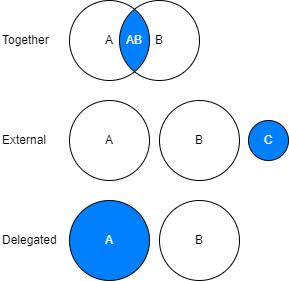
Above: docs/whitepaper/img/governance-approach.drawio.png in Stichting-CROW/ontology-alignment (draw.io), before the change. Source tidied: cells renumbered, new cells last; positions are measured from the earlier drawing's top-left corner, leaving out a move shared by most shapes. Its diagram source:
```xml
<mxGraphModel>
  <root>
    <mxCell id="0" />
    <mxCell id="1" parent="0" />
    <mxCell id="2" value="A" style="ellipse;whiteSpace=wrap;html=1;fillColor=none;" parent="1" vertex="1">
      <mxGeometry x="69" y="100" width="80" height="80" as="geometry" />
    </mxCell>
    <mxCell id="3" value="C" style="ellipse;whiteSpace=wrap;html=1;fillColor=#007FFF;fontColor=#FFFFFF;" parent="1" vertex="1">
      <mxGeometry x="248" y="120" width="40" height="40" as="geometry" />
    </mxCell>
    <mxCell id="4" value="B" style="ellipse;whiteSpace=wrap;html=1;fillColor=none;" parent="1" vertex="1">
      <mxGeometry x="159" y="100" width="80" height="80" as="geometry" />
    </mxCell>
    <mxCell id="5" value="A" style="ellipse;whiteSpace=wrap;html=1;fillColor=#007FFF;fontColor=#FFFFFF;" parent="1" vertex="1">
      <mxGeometry x="69" y="200" width="80" height="80" as="geometry" />
    </mxCell>
    <mxCell id="6" value="B" style="ellipse;whiteSpace=wrap;html=1;fillColor=none;" parent="1" vertex="1">
      <mxGeometry x="159" y="200" width="80" height="80" as="geometry" />
    </mxCell>
    <mxCell id="7" value="Together" style="text;html=1;strokeColor=none;fillColor=none;align=left;verticalAlign=middle;whiteSpace=wrap;rounded=0;" parent="1" vertex="1">
      <mxGeometry y="25" width="60" height="30" as="geometry" />
    </mxCell>
    <mxCell id="8" value="AB" style="whiteSpace=wrap;html=1;shape=mxgraph.basic.pointed_oval;fontColor=#FFFFFF;fillColor=#007FFF;strokeColor=none;" parent="1" vertex="1">
      <mxGeometry x="114" y="9" width="40" height="62" as="geometry" />
    </mxCell>
    <mxCell id="9" value="External" style="text;html=1;strokeColor=none;fillColor=none;align=left;verticalAlign=middle;whiteSpace=wrap;rounded=0;" parent="1" vertex="1">
      <mxGeometry y="125" width="60" height="30" as="geometry" />
    </mxCell>
    <mxCell id="10" value="Delegated" style="text;html=1;strokeColor=none;fillColor=none;align=left;verticalAlign=middle;whiteSpace=wrap;rounded=0;" parent="1" vertex="1">
      <mxGeometry y="225" width="60" height="30" as="geometry" />
    </mxCell>
    <mxCell id="11" value="B" style="ellipse;whiteSpace=wrap;html=1;fillColor=none;" parent="1" vertex="1">
      <mxGeometry x="119" width="80" height="80" as="geometry" />
    </mxCell>
    <mxCell id="12" value="A" style="ellipse;whiteSpace=wrap;html=1;fillColor=none;" parent="1" vertex="1">
      <mxGeometry x="69" width="80" height="80" as="geometry" />
    </mxCell>
  </root>
</mxGraphModel>
```
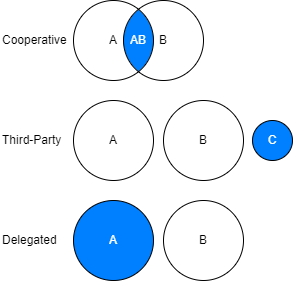
Later version of the same file.

The edit, as a diff of the source:
```diff
@@ -17,17 +17,17 @@
     <mxCell id="6" value="B" style="ellipse;whiteSpace=wrap;html=1;fillColor=none;" parent="1" vertex="1">
       <mxGeometry x="159" y="200" width="80" height="80" as="geometry" />
     </mxCell>
-    <mxCell id="7" value="Together" style="text;html=1;strokeColor=none;fillColor=none;align=left;verticalAlign=middle;whiteSpace=wrap;rounded=0;" parent="1" vertex="1">
-      <mxGeometry y="25" width="60" height="30" as="geometry" />
+    <mxCell id="7" value="Cooperative" style="text;html=1;strokeColor=none;fillColor=none;align=left;verticalAlign=middle;whiteSpace=wrap;rounded=0;labelBackgroundColor=default;" parent="1" vertex="1">
+      <mxGeometry x="-4" y="25" width="60" height="30" as="geometry" />
     </mxCell>
     <mxCell id="8" value="AB" style="whiteSpace=wrap;html=1;shape=mxgraph.basic.pointed_oval;fontColor=#FFFFFF;fillColor=#007FFF;strokeColor=none;" parent="1" vertex="1">
       <mxGeometry x="114" y="9" width="40" height="62" as="geometry" />
     </mxCell>
-    <mxCell id="9" value="External" style="text;html=1;strokeColor=none;fillColor=none;align=left;verticalAlign=middle;whiteSpace=wrap;rounded=0;" parent="1" vertex="1">
-      <mxGeometry y="125" width="60" height="30" as="geometry" />
+    <mxCell id="9" value="Third-Party" style="text;html=1;strokeColor=none;fillColor=none;align=left;verticalAlign=middle;whiteSpace=wrap;rounded=0;labelBackgroundColor=default;" parent="1" vertex="1">
+      <mxGeometry x="-4" y="125" width="69" height="30" as="geometry" />
     </mxCell>
-    <mxCell id="10" value="Delegated" style="text;html=1;strokeColor=none;fillColor=none;align=left;verticalAlign=middle;whiteSpace=wrap;rounded=0;" parent="1" vertex="1">
-      <mxGeometry y="225" width="60" height="30" as="geometry" />
+    <mxCell id="10" value="Delegated" style="text;html=1;strokeColor=none;fillColor=none;align=left;verticalAlign=middle;whiteSpace=wrap;rounded=0;labelBackgroundColor=default;" parent="1" vertex="1">
+      <mxGeometry x="-4" y="225" width="60" height="30" as="geometry" />
     </mxCell>
     <mxCell id="11" value="B" style="ellipse;whiteSpace=wrap;html=1;fillColor=none;" parent="1" vertex="1">
       <mxGeometry x="119" width="80" height="80" as="geometry" />
```
